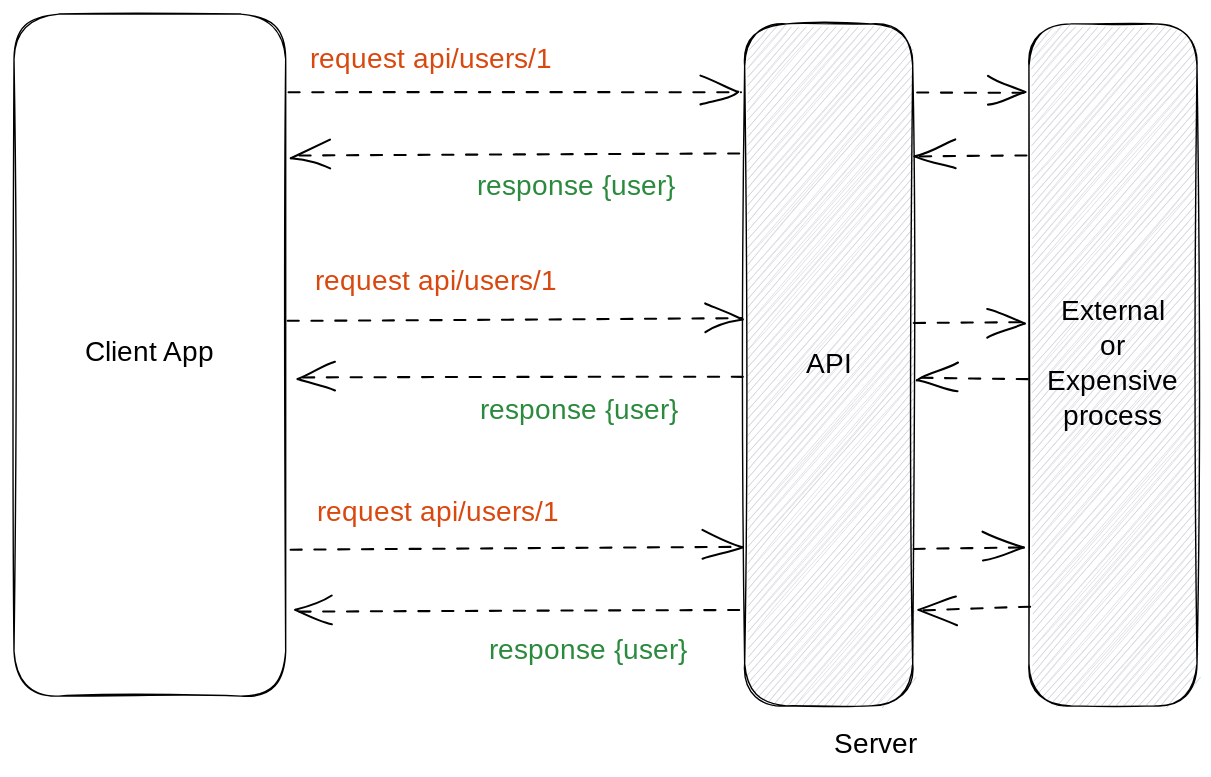
Above: .gitbook/assets/file.excalidraw.svg in WoW-2-0/WOW2.Core---Old (Excalidraw), before the change. Source tidied: one line per element, renumbered; positions are measured from the earlier drawing's top-left corner, leaving out a move shared by most shapes.
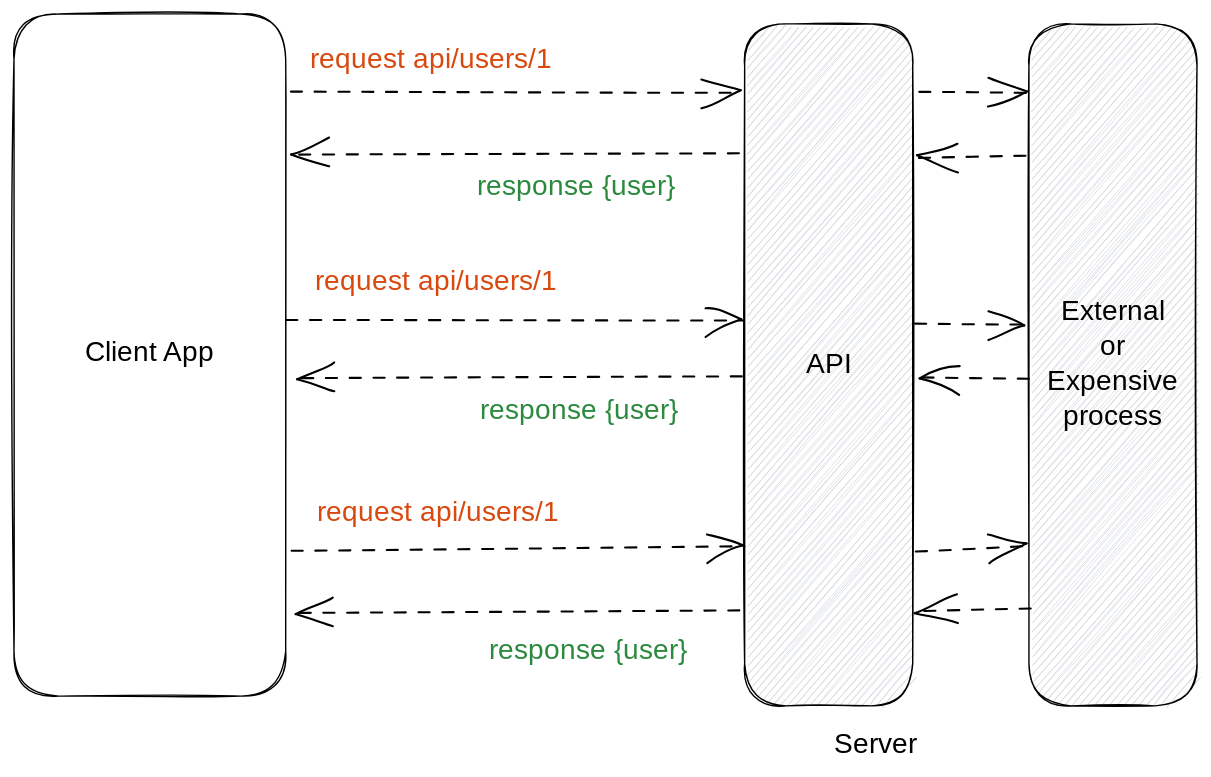
Later version of the same file.

Change to the diagram source:
```diff
@@ -1,25 +1,25 @@
-{"id": 0, "type": "rectangle", "strokeColor": "#000000", "backgroundColor": "#ced4da", "fillStyle": "hachure", "strokeWidth": 1, "roughness": 1, "round": true, "x": 522, "y": 7, "width": 120, "height": 487}
-{"id": 1, "type": "rectangle", "strokeColor": "#000000", "backgroundColor": "#ced4da", "fillStyle": "hachure", "strokeWidth": 1, "roughness": 1, "round": true, "x": 725, "y": 7, "width": 120, "height": 487}
-{"id": 2, "type": "rectangle", "strokeColor": "#000000", "strokeWidth": 1, "roughness": 1, "round": true, "x": 0, "y": 0, "width": 194, "height": 487}
+{"id": 25, "type": "rectangle", "strokeColor": "#000000", "backgroundColor": "#ced4da", "fillStyle": "hachure", "strokeWidth": 1, "roughness": 1, "round": true, "x": 522, "y": 7, "width": 120, "height": 487}
+{"id": 26, "type": "rectangle", "strokeColor": "#000000", "backgroundColor": "#ced4da", "fillStyle": "hachure", "strokeWidth": 1, "roughness": 1, "round": true, "x": 725, "y": 7, "width": 120, "height": 487}
+{"id": 27, "type": "rectangle", "strokeColor": "#000000", "strokeWidth": 1, "roughness": 1, "round": true, "x": 0, "y": 0, "width": 194, "height": 487}
-{"id": 3, "type": "text", "text": "API", "strokeColor": "#000000", "strokeWidth": 1, "roughness": 1, "fontSize": 20, "fontFamily": 1, "textAlign": "center", "verticalAlign": "middle", "inside": 0, "x": 562, "y": 238, "width": 39, "height": 25}
+{"id": 3, "type": "text", "text": "API", "strokeColor": "#000000", "strokeWidth": 1, "roughness": 1, "fontSize": 20, "fontFamily": 1, "textAlign": "center", "verticalAlign": "middle", "inside": 25, "x": 562, "y": 238, "width": 39, "height": 25}
-{"id": 4, "type": "text", "text": "External\nor\nExpensive\nprocess", "strokeColor": "#000000", "strokeWidth": 1, "roughness": 1, "fontSize": 20, "fontFamily": 1, "textAlign": "center", "verticalAlign": "middle", "inside": 1, "x": 738, "y": 200, "width": 93, "height": 100}
+{"id": 4, "type": "text", "text": "External\nor\nExpensive\nprocess", "strokeColor": "#000000", "strokeWidth": 1, "roughness": 1, "fontSize": 20, "fontFamily": 1, "textAlign": "center", "verticalAlign": "middle", "inside": 26, "x": 738, "y": 200, "width": 93, "height": 100}
-{"id": 5, "type": "text", "text": "Client App", "strokeColor": "#000000", "strokeWidth": 1, "roughness": 1, "fontSize": 20, "fontFamily": 1, "textAlign": "center", "verticalAlign": "middle", "inside": 2, "x": 48, "y": 230, "width": 99, "height": 25}
+{"id": 5, "type": "text", "text": "Client App", "strokeColor": "#000000", "strokeWidth": 1, "roughness": 1, "fontSize": 20, "fontFamily": 1, "textAlign": "center", "verticalAlign": "middle", "inside": 27, "x": 47, "y": 230, "width": 99, "height": 25}
 {"id": 6, "type": "text", "text": "Server", "strokeColor": "#000000", "strokeWidth": 1, "roughness": 1, "fontSize": 20, "fontFamily": 1, "x": 586, "y": 510, "width": 64, "height": 25}
-{"id": 7, "type": "arrow", "strokeColor": "#000000", "backgroundColor": "#ced4da", "fillStyle": "hachure", "strokeWidth": 1, "strokeStyle": "dashed", "roughness": 1, "endArrowhead": "arrow", "round": true, "from": 2, "to": 0, "x": 197, "y": 56, "width": 323, "height": 1, "points": [[0, 0], [323, -1]]}
-{"id": 8, "type": "arrow", "strokeColor": "#000000", "backgroundColor": "#ced4da", "fillStyle": "hachure", "strokeWidth": 1, "strokeStyle": "dashed", "roughness": 1, "endArrowhead": "arrow", "round": true, "from": 2, "to": 0, "x": 195, "y": 218, "width": 325, "height": 0, "points": [[0, 0], [325, 0]]}
-{"id": 9, "type": "arrow", "strokeColor": "#000000", "backgroundColor": "#ced4da", "fillStyle": "hachure", "strokeWidth": 1, "strokeStyle": "dashed", "roughness": 1, "endArrowhead": "arrow", "round": true, "from": 2, "to": 0, "x": 198, "y": 382, "width": 323, "height": 1, "points": [[0, 0], [323, -1]]}
-{"id": 10, "type": "text", "text": "request api/users/1", "strokeColor": "#d9480f", "backgroundColor": "#ced4da", "fillStyle": "hachure", "strokeWidth": 1, "strokeStyle": "dashed", "roughness": 1, "fontSize": 20, "fontFamily": 1, "x": 211, "y": 21, "width": 193, "height": 25}
-{"id": 11, "type": "text", "text": "request api/users/1", "strokeColor": "#d9480f", "backgroundColor": "#ced4da", "fillStyle": "hachure", "strokeWidth": 1, "strokeStyle": "dashed", "roughness": 1, "fontSize": 20, "fontFamily": 1, "x": 215, "y": 179, "width": 193, "height": 25}
-{"id": 12, "type": "text", "text": "request api/users/1", "strokeColor": "#d9480f", "backgroundColor": "#ced4da", "fillStyle": "hachure", "strokeWidth": 1, "strokeStyle": "dashed", "roughness": 1, "fontSize": 20, "fontFamily": 1, "x": 216, "y": 344, "width": 193, "height": 25}
-{"id": 13, "type": "arrow", "strokeColor": "#000000", "backgroundColor": "#ced4da", "fillStyle": "hachure", "strokeWidth": 1, "strokeStyle": "dashed", "roughness": 1, "endArrowhead": "arrow", "round": true, "from": 0, "to": 2, "x": 518, "y": 100, "width": 318, "height": 1, "points": [[0, 0], [-318, 1]]}
-{"id": 14, "type": "arrow", "strokeColor": "#000000", "backgroundColor": "#ced4da", "fillStyle": "hachure", "strokeWidth": 1, "strokeStyle": "dashed", "roughness": 1, "endArrowhead": "arrow", "round": true, "from": 0, "to": 2, "x": 521, "y": 260, "width": 318, "height": 1, "points": [[0, 0], [-318, 1]]}
-{"id": 15, "type": "arrow", "strokeColor": "#000000", "backgroundColor": "#ced4da", "fillStyle": "hachure", "strokeWidth": 1, "strokeStyle": "dashed", "roughness": 1, "endArrowhead": "arrow", "round": true, "from": 0, "to": 2, "x": 519, "y": 426, "width": 318, "height": 1, "points": [[0, 0], [-318, 1]]}
-{"id": 16, "type": "text", "text": "response {user}", "strokeColor": "#2b8a3e", "backgroundColor": "#ced4da", "fillStyle": "hachure", "strokeWidth": 1, "strokeStyle": "dashed", "roughness": 1, "fontSize": 20, "fontFamily": 1, "x": 331, "y": 111, "width": 158, "height": 25}
-{"id": 17, "type": "text", "text": "response {user}", "strokeColor": "#2b8a3e", "backgroundColor": "#ced4da", "fillStyle": "hachure", "strokeWidth": 1, "strokeStyle": "dashed", "roughness": 1, "fontSize": 20, "fontFamily": 1, "x": 333, "y": 271, "width": 158, "height": 25}
-{"id": 18, "type": "text", "text": "response {user}", "strokeColor": "#2b8a3e", "backgroundColor": "#ced4da", "fillStyle": "hachure", "strokeWidth": 1, "strokeStyle": "dashed", "roughness": 1, "fontSize": 20, "fontFamily": 1, "x": 339, "y": 442, "width": 158, "height": 25}
-{"id": 19, "type": "arrow", "strokeColor": "#000000", "strokeWidth": 1, "strokeStyle": "dashed", "roughness": 1, "endArrowhead": "arrow", "round": true, "from": 0, "to": 1, "x": 646, "y": 56, "width": 79, "height": 0, "points": [[0, 0], [79, 0]]}
-{"id": 20, "type": "arrow", "strokeColor": "#000000", "strokeWidth": 1, "strokeStyle": "dashed", "roughness": 1, "endArrowhead": "arrow", "round": true, "from": 1, "to": 0, "x": 723, "y": 101, "width": 77, "height": 1, "points": [[0, 0], [-77, 1]]}
-{"id": 21, "type": "arrow", "strokeColor": "#000000", "strokeWidth": 1, "strokeStyle": "dashed", "roughness": 1, "endArrowhead": "arrow", "round": true, "from": 0, "to": 1, "x": 643, "y": 221, "width": 79, "height": 0, "points": [[0, 0], [79, 0]]}
-{"id": 22, "type": "arrow", "strokeColor": "#000000", "strokeWidth": 1, "strokeStyle": "dashed", "roughness": 1, "endArrowhead": "arrow", "round": true, "from": 1, "to": 0, "x": 724, "y": 260, "width": 79, "height": 1, "points": [[0, 0], [-79, -1]]}
-{"id": 23, "type": "arrow", "strokeColor": "#000000", "strokeWidth": 1, "strokeStyle": "dashed", "roughness": 1, "endArrowhead": "arrow", "round": true, "from": 0, "to": 1, "x": 643, "y": 383, "width": 79, "height": 2, "points": [[0, 0], [79, -2]]}
-{"id": 24, "type": "arrow", "strokeColor": "#000000", "strokeWidth": 1, "strokeStyle": "dashed", "roughness": 1, "endArrowhead": "arrow", "round": true, "to": 0, "x": 725, "y": 424, "width": 79, "height": 3, "points": [[0, 0], [-79, 3]]}
+{"id": 28, "type": "arrow", "strokeColor": "#000000", "backgroundColor": "#ced4da", "fillStyle": "hachure", "strokeWidth": 1, "strokeStyle": "dashed", "roughness": 1, "endArrowhead": "arrow", "round": true, "from": 31, "to": 25, "x": 197, "y": 56, "width": 323, "height": 1, "points": [[0, 0], [323, -1]]}
+{"id": 29, "type": "arrow", "strokeColor": "#000000", "backgroundColor": "#ced4da", "fillStyle": "hachure", "strokeWidth": 1, "strokeStyle": "dashed", "roughness": 1, "endArrowhead": "arrow", "round": true, "from": 27, "to": 25, "x": 195, "y": 218, "width": 325, "height": 0, "points": [[0, 0], [325, 0]]}
+{"id": 30, "type": "arrow", "strokeColor": "#000000", "backgroundColor": "#ced4da", "fillStyle": "hachure", "strokeWidth": 1, "strokeStyle": "dashed", "roughness": 1, "endArrowhead": "arrow", "round": true, "from": 27, "to": 25, "x": 198, "y": 382, "width": 323, "height": 1, "points": [[0, 0], [323, -1]]}
+{"id": 31, "type": "text", "text": "request api/users/1", "strokeColor": "#d9480f", "backgroundColor": "#ced4da", "fillStyle": "hachure", "strokeWidth": 1, "strokeStyle": "dashed", "roughness": 1, "fontSize": 20, "fontFamily": 1, "x": 211, "y": 21, "width": 193, "height": 25}
+{"id": 32, "type": "text", "text": "request api/users/1", "strokeColor": "#d9480f", "backgroundColor": "#ced4da", "fillStyle": "hachure", "strokeWidth": 1, "strokeStyle": "dashed", "roughness": 1, "fontSize": 20, "fontFamily": 1, "x": 215, "y": 179, "width": 193, "height": 25}
+{"id": 33, "type": "text", "text": "request api/users/1", "strokeColor": "#d9480f", "backgroundColor": "#ced4da", "fillStyle": "hachure", "strokeWidth": 1, "strokeStyle": "dashed", "roughness": 1, "fontSize": 20, "fontFamily": 1, "x": 216, "y": 344, "width": 193, "height": 25}
+{"id": 34, "type": "arrow", "strokeColor": "#000000", "backgroundColor": "#ced4da", "fillStyle": "hachure", "strokeWidth": 1, "strokeStyle": "dashed", "roughness": 1, "endArrowhead": "arrow", "round": true, "from": 25, "to": 27, "x": 518, "y": 100, "width": 318, "height": 1, "points": [[0, 0], [-318, 1]]}
+{"id": 35, "type": "arrow", "strokeColor": "#000000", "backgroundColor": "#ced4da", "fillStyle": "hachure", "strokeWidth": 1, "strokeStyle": "dashed", "roughness": 1, "endArrowhead": "arrow", "round": true, "from": 25, "to": 27, "x": 521, "y": 260, "width": 318, "height": 1, "points": [[0, 0], [-318, 1]]}
+{"id": 36, "type": "arrow", "strokeColor": "#000000", "backgroundColor": "#ced4da", "fillStyle": "hachure", "strokeWidth": 1, "strokeStyle": "dashed", "roughness": 1, "endArrowhead": "arrow", "round": true, "from": 25, "to": 27, "x": 519, "y": 426, "width": 318, "height": 1, "points": [[0, 0], [-318, 1]]}
+{"id": 37, "type": "text", "text": "response {user}", "strokeColor": "#2b8a3e", "backgroundColor": "#ced4da", "fillStyle": "hachure", "strokeWidth": 1, "strokeStyle": "dashed", "roughness": 1, "fontSize": 20, "fontFamily": 1, "x": 331, "y": 111, "width": 158, "height": 25}
+{"id": 38, "type": "text", "text": "response {user}", "strokeColor": "#2b8a3e", "backgroundColor": "#ced4da", "fillStyle": "hachure", "strokeWidth": 1, "strokeStyle": "dashed", "roughness": 1, "fontSize": 20, "fontFamily": 1, "x": 333, "y": 271, "width": 158, "height": 25}
+{"id": 39, "type": "text", "text": "response {user}", "strokeColor": "#2b8a3e", "backgroundColor": "#ced4da", "fillStyle": "hachure", "strokeWidth": 1, "strokeStyle": "dashed", "roughness": 1, "fontSize": 20, "fontFamily": 1, "x": 339, "y": 442, "width": 158, "height": 25}
+{"id": 40, "type": "arrow", "strokeColor": "#000000", "strokeWidth": 1, "strokeStyle": "dashed", "roughness": 1, "endArrowhead": "arrow", "round": true, "from": 25, "to": 26, "x": 646, "y": 56, "width": 79, "height": 0, "points": [[0, 0], [79, 0]]}
+{"id": 41, "type": "arrow", "strokeColor": "#000000", "strokeWidth": 1, "strokeStyle": "dashed", "roughness": 1, "endArrowhead": "arrow", "round": true, "from": 26, "to": 25, "x": 723, "y": 101, "width": 77, "height": 1, "points": [[0, 0], [-77, 1]]}
+{"id": 42, "type": "arrow", "strokeColor": "#000000", "strokeWidth": 1, "strokeStyle": "dashed", "roughness": 1, "endArrowhead": "arrow", "round": true, "from": 25, "to": 26, "x": 643, "y": 221, "width": 79, "height": 0, "points": [[0, 0], [79, 0]]}
+{"id": 43, "type": "arrow", "strokeColor": "#000000", "strokeWidth": 1, "strokeStyle": "dashed", "roughness": 1, "endArrowhead": "arrow", "round": true, "from": 26, "to": 25, "x": 724, "y": 260, "width": 79, "height": 1, "points": [[0, 0], [-79, -1]]}
+{"id": 44, "type": "arrow", "strokeColor": "#000000", "strokeWidth": 1, "strokeStyle": "dashed", "roughness": 1, "endArrowhead": "arrow", "round": true, "from": 25, "to": 26, "x": 643, "y": 383, "width": 79, "height": 2, "points": [[0, 0], [79, -2]]}
+{"id": 45, "type": "arrow", "strokeColor": "#000000", "strokeWidth": 1, "strokeStyle": "dashed", "roughness": 1, "endArrowhead": "arrow", "round": true, "to": 25, "x": 725, "y": 424, "width": 79, "height": 3, "points": [[0, 0], [-79, 3]]}
```
